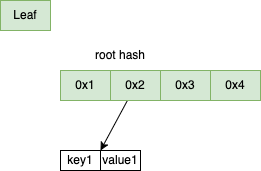
The draw.io diagram static/img/one_leaf.png in starcoinorg/starcoin-cookbook, before a commit. Source tidied: cells renumbered, new cells last; positions are measured from the earlier drawing's top-left corner, leaving out a move shared by most shapes. Source of this version:
```xml
<mxGraphModel>
  <root>
    <mxCell id="0" />
    <mxCell id="1" parent="0" />
    <mxCell id="2" value="0x1" style="rounded=0;whiteSpace=wrap;html=1;fillColor=#d5e8d4;strokeColor=#82b366;" parent="1" vertex="1">
      <mxGeometry x="60" y="70" width="50" height="30" as="geometry" />
    </mxCell>
    <mxCell id="3" style="edgeStyle=none;rounded=0;jettySize=auto;html=1;entryX=0;entryY=0;entryDx=0;entryDy=0;" parent="1" edge="1" source="4" target="8">
      <mxGeometry relative="1" as="geometry" />
    </mxCell>
    <mxCell id="4" value="0x2" style="rounded=0;whiteSpace=wrap;html=1;fillColor=#d5e8d4;strokeColor=#82b366;" parent="1" vertex="1">
      <mxGeometry x="110" y="70" width="50" height="30" as="geometry" />
    </mxCell>
    <mxCell id="5" value="0x3" style="rounded=0;whiteSpace=wrap;html=1;fillColor=#d5e8d4;strokeColor=#82b366;" parent="1" vertex="1">
      <mxGeometry x="160" y="70" width="50" height="30" as="geometry" />
    </mxCell>
    <mxCell id="6" value="0x4" style="rounded=0;whiteSpace=wrap;html=1;fillColor=#d5e8d4;strokeColor=#82b366;" parent="1" vertex="1">
      <mxGeometry x="210" y="70" width="50" height="30" as="geometry" />
    </mxCell>
    <mxCell id="7" value="key1" style="rounded=0;whiteSpace=wrap;html=1;" parent="1" vertex="1">
      <mxGeometry x="60" y="150" width="40" height="20" as="geometry" />
    </mxCell>
    <mxCell id="8" value="value1" style="rounded=0;whiteSpace=wrap;html=1;" parent="1" vertex="1">
      <mxGeometry x="100" y="150" width="40" height="20" as="geometry" />
    </mxCell>
    <mxCell id="9" value="Leaf" style="rounded=0;whiteSpace=wrap;html=1;fillColor=#d5e8d4;strokeColor=#82b366;" parent="1" vertex="1">
      <mxGeometry width="50" height="30" as="geometry" />
    </mxCell>
    <mxCell id="10" value="root hash" style="text;html=1;strokeColor=none;fillColor=none;align=center;verticalAlign=middle;whiteSpace=wrap;rounded=0;" parent="1" vertex="1">
      <mxGeometry x="90" y="40" width="60" height="30" as="geometry" />
    </mxCell>
  </root>
</mxGraphModel>
```
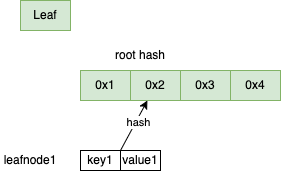
The same file after the commit.

Change to the diagram source:
```diff
@@ -5,9 +5,12 @@
     <mxCell id="2" value="0x1" style="rounded=0;whiteSpace=wrap;html=1;fillColor=#d5e8d4;strokeColor=#82b366;" parent="1" vertex="1">
       <mxGeometry x="60" y="70" width="50" height="30" as="geometry" />
     </mxCell>
-    <mxCell id="3" style="edgeStyle=none;rounded=0;jettySize=auto;html=1;entryX=0;entryY=0;entryDx=0;entryDy=0;" parent="1" edge="1" source="4" target="8">
+    <mxCell id="3" style="edgeStyle=none;rounded=0;jettySize=auto;html=1;exitX=0;exitY=0;exitDx=0;exitDy=0;" parent="1" edge="1" source="8" target="4">
       <mxGeometry relative="1" as="geometry" />
     </mxCell>
+    <mxCell id="11" value="hash" style="edgeLabel;html=1;align=center;verticalAlign=middle;" parent="3" vertex="1">
+      <mxGeometry x="0.2" y="-2" relative="1" as="geometry" />
+    </mxCell>
     <mxCell id="4" value="0x2" style="rounded=0;whiteSpace=wrap;html=1;fillColor=#d5e8d4;strokeColor=#82b366;" parent="1" vertex="1">
       <mxGeometry x="110" y="70" width="50" height="30" as="geometry" />
     </mxCell>
@@ -29,5 +32,8 @@
     <mxCell id="10" value="root hash" style="text;html=1;strokeColor=none;fillColor=none;align=center;verticalAlign=middle;whiteSpace=wrap;rounded=0;" parent="1" vertex="1">
       <mxGeometry x="90" y="40" width="60" height="30" as="geometry" />
     </mxCell>
+    <mxCell id="12" value="leafnode1" style="text;html=1;strokeColor=none;fillColor=none;align=center;verticalAlign=middle;whiteSpace=wrap;rounded=0;" parent="1" vertex="1">
+      <mxGeometry x="-20" y="145" width="60" height="30" as="geometry" />
+    </mxCell>
   </root>
 </mxGraphModel>
```
